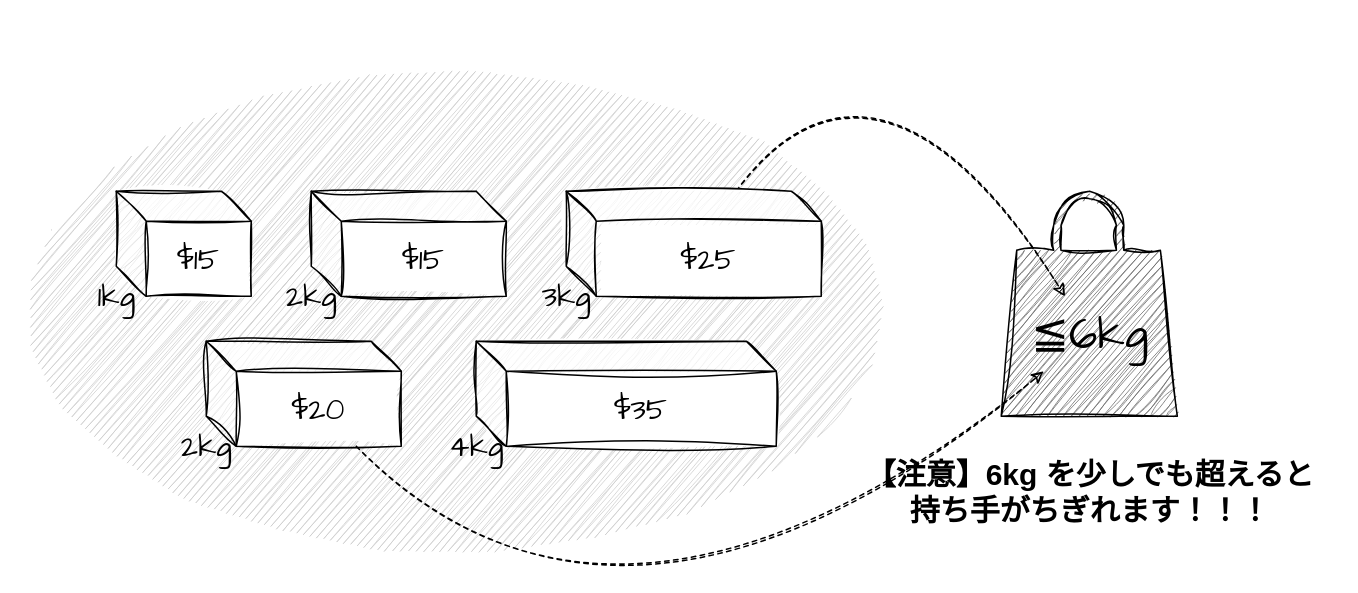
Earlier version of the draw.io diagram slides/ch3/sec4/figures/knapsack-problem.drawio (okayama-daiki/approximation-algorithms). Source tidied: cells renumbered, new cells numbered last; positions are measured from the earlier drawing's top-left corner, leaving out a move shared by most shapes. Both pictures are drawn from the tidied source at 150%, with x=0, y=0 at pixel (26, 10).
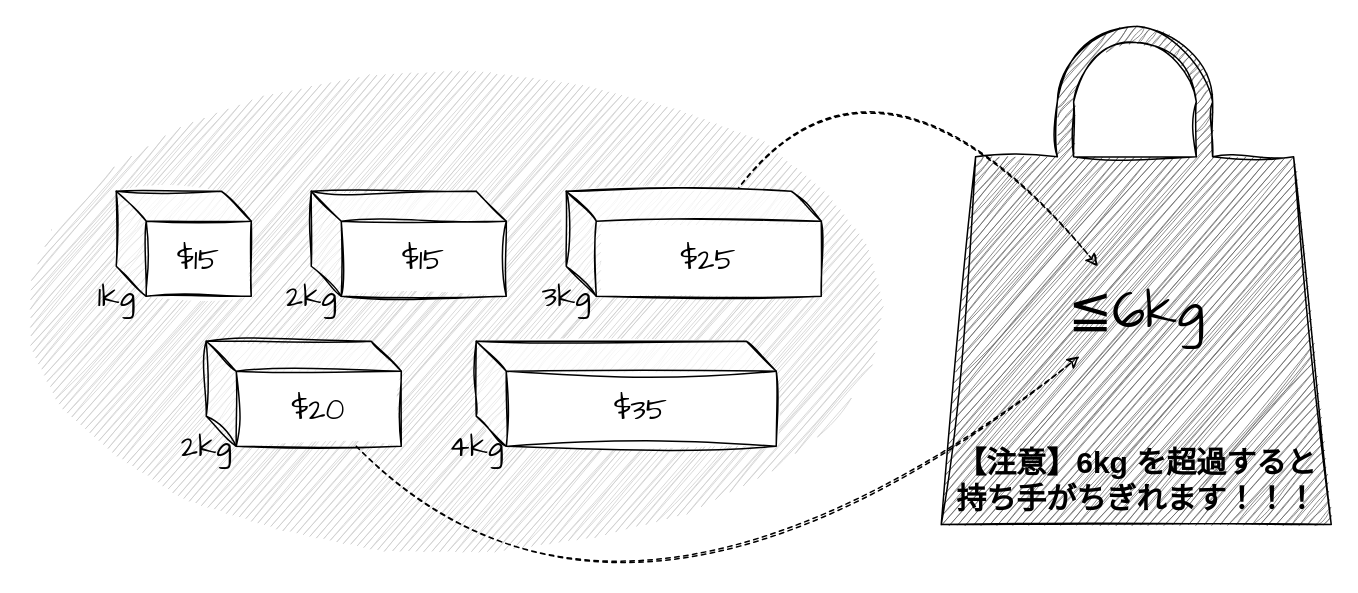
After the change.

What changed in the source:
```diff
@@
     <mxCell id="3" style="sketch=1;shadow=0;dashed=0;html=1;strokeColor=default;fillColor=#666666;labelPosition=center;verticalLabelPosition=bottom;verticalAlign=top;align=center;shape=mxgraph.office.concepts.marketplace_shopping_bag;curveFitting=1;jiggle=2;gradientColor=none;" parent="1" vertex="1">
-      <mxGeometry x="650" y="120" width="117.4" height="150" as="geometry" />
+      <mxGeometry x="610" y="10" width="260" height="332.2" as="geometry" />
     </mxCell>
@@
-    <mxCell id="16" value="&lt;font style=&quot;font-size: 30px;&quot; face=&quot;Comic Sans MS&quot;&gt;≦6kg&lt;/font&gt;" style="text;html=1;align=center;verticalAlign=middle;points=[];strokeColor=none;fillColor=none;" parent="1" vertex="1">
-      <mxGeometry x="663.7" y="190" width="90" height="50" as="geometry" />
+    <mxCell id="16" value="&lt;font style=&quot;font-size: 35px;&quot; face=&quot;Comic Sans MS&quot;&gt;≦6kg&lt;/font&gt;" style="text;html=1;align=center;verticalAlign=middle;points=[];strokeColor=none;fillColor=none;" parent="1" vertex="1">
+      <mxGeometry x="690" y="170" width="100" height="60" as="geometry" />
     </mxCell>
-    <mxCell id="17" value="&lt;b&gt;&lt;font style=&quot;font-size: 20px;&quot;&gt;【注意】6kg を少しでも超えると&lt;/font&gt;&lt;/b&gt;&lt;div&gt;&lt;b&gt;&lt;font style=&quot;font-size: 20px;&quot;&gt;持ち手がちぎれます！！！&lt;/font&gt;&lt;/b&gt;&lt;/div&gt;" style="text;html=1;align=center;verticalAlign=middle;strokeColor=none;fillColor=none;" parent="1" vertex="1">
-      <mxGeometry x="548.7" y="290" width="320" height="60" as="geometry" />
+    <mxCell id="17" value="&lt;b&gt;&lt;font style=&quot;font-size: 20px;&quot;&gt;【注意】6kg を超過すると&lt;/font&gt;&lt;/b&gt;&lt;div&gt;&lt;b&gt;&lt;font style=&quot;font-size: 20px;&quot;&gt;持ち手がちぎれます！！！&lt;/font&gt;&lt;/b&gt;&lt;/div&gt;" style="text;html=1;align=center;verticalAlign=middle;strokeColor=none;fillColor=none;" parent="1" vertex="1">
+      <mxGeometry x="610" y="282.2" width="260" height="60" as="geometry" />
     </mxCell>
```
